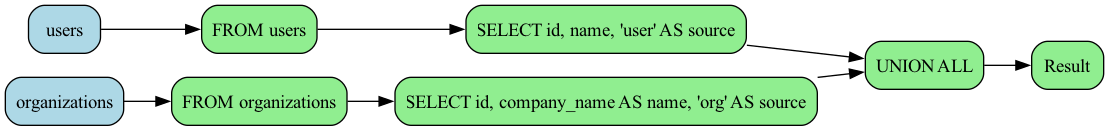
rot1024/sqloflow keeps this Graphviz diagram as examples/union_query_operation.png. Above is the earlier version. Its source is kept beside it as examples/union_query_operation.dot.
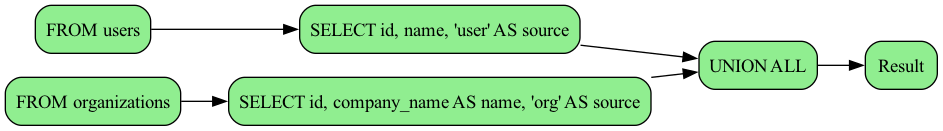
After the change.

Diff of the diagram source:
```diff
@@ -2,20 +2,16 @@
   rankdir=LR;
   node [shape=box, style=rounded];
 
-  node_0 [label="users", fillcolor=lightblue, style="filled,rounded"];
-  node_4 [label="organizations", fillcolor=lightblue, style="filled,rounded"];
-  node_1 [label="FROM users", fillcolor=lightgreen, style="filled,rounded"];
-  node_2 [label="SELECT id, name, 'user' AS source", fillcolor=lightgreen, style="filled,rounded"];
-  node_3 [label="UNION ALL", fillcolor=lightgreen, style="filled,rounded"];
-  node_5 [label="FROM organizations", fillcolor=lightgreen, style="filled,rounded"];
-  node_6 [label="SELECT id, company_name AS name, 'org' AS source", fillcolor=lightgreen, style="filled,rounded"];
-  node_7 [label="Result", fillcolor=lightgreen, style="filled,rounded"];
+  node_0 [label="FROM users", fillcolor=lightgreen, style="filled,rounded"];
+  node_1 [label="SELECT id, name, 'user' AS source", fillcolor=lightgreen, style="filled,rounded"];
+  node_2 [label="UNION ALL", fillcolor=lightgreen, style="filled,rounded"];
+  node_3 [label="FROM organizations", fillcolor=lightgreen, style="filled,rounded"];
+  node_4 [label="SELECT id, company_name AS name, 'org' AS source", fillcolor=lightgreen, style="filled,rounded"];
+  node_5 [label="Result", fillcolor=lightgreen, style="filled,rounded"];
 
   node_0 -> node_1 [color=black];
   node_1 -> node_2 [color=black];
-  node_2 -> node_3 [color=black];
-  node_4 -> node_5 [color=black];
-  node_5 -> node_6 [color=black];
-  node_6 -> node_3 [color=black];
-  node_3 -> node_7 [color=black];
+  node_3 -> node_4 [color=black];
+  node_4 -> node_2 [color=black];
+  node_2 -> node_5 [color=black];
 }
```
